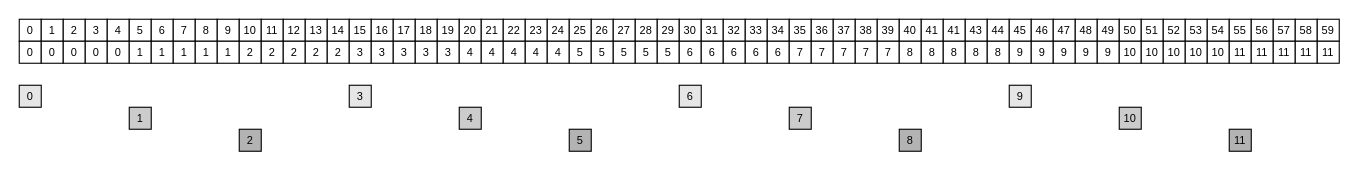
The draw.io diagram page "Page-2" (2 of 2) of drawio/LaserSync.drawio in pedromiguelcp/TimingCore, before the edit. Source tidied: cells renumbered, new cells numbered last; positions are measured from the earlier drawing's top-left corner, leaving out a move shared by most shapes. Both pictures are drawn from the tidied source at 110%, with x=0, y=0 at pixel (19, 19).
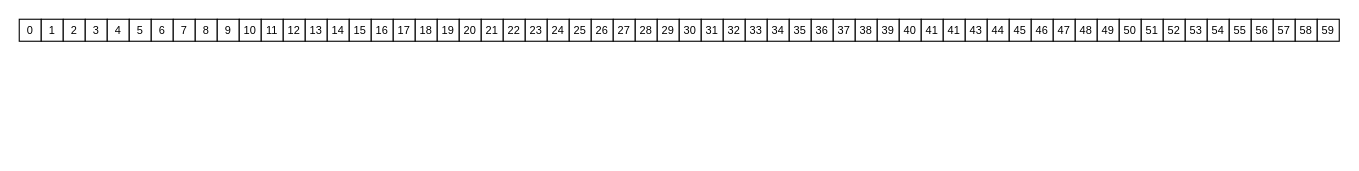
Above is the later version.

Diff of the diagram source:
```diff
@@
-    <mxCell id="62" value="0" style="rounded=0;whiteSpace=wrap;html=1;fontSize=10;" parent="1" vertex="1">
-      <mxGeometry y="20" width="20" height="20" as="geometry" />
-    </mxCell>
-    <mxCell id="63" value="0" style="rounded=0;whiteSpace=wrap;html=1;fontSize=10;" parent="1" vertex="1">
-      <mxGeometry x="20" y="20" width="20" height="20" as="geometry" />
-    </mxCell>
-    <mxCell id="64" value="0" style="rounded=0;whiteSpace=wrap;html=1;fontSize=10;" parent="1" vertex="1">
-      <mxGeometry x="40" y="20" width="20" height="20" as="geometry" />
-    </mxCell>
-    <mxCell id="65" value="0" style="rounded=0;whiteSpace=wrap;html=1;fontSize=10;" parent="1" vertex="1">
-      <mxGeometry x="60" y="20" width="20" height="20" as="geometry" />
-    </mxCell>
-    <mxCell id="66" value="0" style="rounded=0;whiteSpace=wrap;html=1;fontSize=10;" parent="1" vertex="1">
-      <mxGeometry x="80" y="20" width="20" height="20" as="geometry" />
-    </mxCell>
-    <mxCell id="67" value="1" style="rounded=0;whiteSpace=wrap;html=1;fontSize=10;" parent="1" vertex="1">
-      <mxGeometry x="100" y="20" width="20" height="20" as="geometry" />
-    </mxCell>
-    <mxCell id="68" value="1" style="rounded=0;whiteSpace=wrap;html=1;fontSize=10;" parent="1" vertex="1">
-      <mxGeometry x="120" y="20" width="20" height="20" as="geometry" />
-    </mxCell>
-    <mxCell id="69" value="1" style="rounded=0;whiteSpace=wrap;html=1;fontSize=10;" parent="1" vertex="1">
-      <mxGeometry x="140" y="20" width="20" height="20" as="geometry" />
-    </mxCell>
-    <mxCell id="70" value="1" style="rounded=0;whiteSpace=wrap;html=1;fontSize=10;" parent="1" vertex="1">
-      <mxGeometry x="160" y="20" width="20" height="20" as="geometry" />
-    </mxCell>
-    <mxCell id="71" value="1" style="rounded=0;whiteSpace=wrap;html=1;fontSize=10;" parent="1" vertex="1">
-      <mxGeometry x="180" y="20" width="20" height="20" as="geometry" />
-    </mxCell>
-    <mxCell id="72" value="2" style="rounded=0;whiteSpace=wrap;html=1;fontSize=10;" parent="1" vertex="1">
-      <mxGeometry x="200" y="20" width="20" height="20" as="geometry" />
-    </mxCell>
-    <mxCell id="73" value="2" style="rounded=0;whiteSpace=wrap;html=1;fontSize=10;" parent="1" vertex="1">
-      <mxGeometry x="220" y="20" width="20" height="20" as="geometry" />
-    </mxCell>
-    <mxCell id="74" value="2" style="rounded=0;whiteSpace=wrap;html=1;fontSize=10;" parent="1" vertex="1">
-      <mxGeometry x="240" y="20" width="20" height="20" as="geometry" />
-    </mxCell>
-    <mxCell id="75" value="2" style="rounded=0;whiteSpace=wrap;html=1;fontSize=10;" parent="1" vertex="1">
-      <mxGeometry x="260" y="20" width="20" height="20" as="geometry" />
-    </mxCell>
-    <mxCell id="76" value="2" style="rounded=0;whiteSpace=wrap;html=1;fontSize=10;" parent="1" vertex="1">
-      <mxGeometry x="280" y="20" width="20" height="20" as="geometry" />
-    </mxCell>
-    <mxCell id="77" value="3" style="rounded=0;whiteSpace=wrap;html=1;fontSize=10;" parent="1" vertex="1">
-      <mxGeometry x="300" y="20" width="20" height="20" as="geometry" />
-    </mxCell>
-    <mxCell id="78" value="3" style="rounded=0;whiteSpace=wrap;html=1;fontSize=10;" parent="1" vertex="1">
-      <mxGeometry x="320" y="20" width="20" height="20" as="geometry" />
-    </mxCell>
-    <mxCell id="79" value="3" style="rounded=0;whiteSpace=wrap;html=1;fontSize=10;" parent="1" vertex="1">
-      <mxGeometry x="340" y="20" width="20" height="20" as="geometry" />
-    </mxCell>
-    <mxCell id="80" value="3" style="rounded=0;whiteSpace=wrap;html=1;fontSize=10;" parent="1" vertex="1">
-      <mxGeometry x="360" y="20" width="20" height="20" as="geometry" />
-    </mxCell>
-    <mxCell id="81" value="3" style="rounded=0;whiteSpace=wrap;html=1;fontSize=10;" parent="1" vertex="1">
-      <mxGeometry x="380" y="20" width="20" height="20" as="geometry" />
-    </mxCell>
-    <mxCell id="82" value="4" style="rounded=0;whiteSpace=wrap;html=1;fontSize=10;" parent="1" vertex="1">
-      <mxGeometry x="400" y="20" width="20" height="20" as="geometry" />
-    </mxCell>
-    <mxCell id="83" value="4" style="rounded=0;whiteSpace=wrap;html=1;fontSize=10;" parent="1" vertex="1">
-      <mxGeometry x="420" y="20" width="20" height="20" as="geometry" />
-    </mxCell>
-    <mxCell id="84" value="4" style="rounded=0;whiteSpace=wrap;html=1;fontSize=10;" parent="1" vertex="1">
-      <mxGeometry x="440" y="20" width="20" height="20" as="geometry" />
-    </mxCell>
-    <mxCell id="85" value="4" style="rounded=0;whiteSpace=wrap;html=1;fontSize=10;" parent="1" vertex="1">
-      <mxGeometry x="460" y="20" width="20" height="20" as="geometry" />
-    </mxCell>
-    <mxCell id="86" value="4" style="rounded=0;whiteSpace=wrap;html=1;fontSize=10;" parent="1" vertex="1">
-      <mxGeometry x="480" y="20" width="20" height="20" as="geometry" />
-    </mxCell>
-    <mxCell id="87" value="5" style="rounded=0;whiteSpace=wrap;html=1;fontSize=10;" parent="1" vertex="1">
-      <mxGeometry x="500" y="20" width="20" height="20" as="geometry" />
-    </mxCell>
-    <mxCell id="88" value="5" style="rounded=0;whiteSpace=wrap;html=1;fontSize=10;" parent="1" vertex="1">
-      <mxGeometry x="520" y="20" width="20" height="20" as="geometry" />
-    </mxCell>
-    <mxCell id="89" value="5" style="rounded=0;whiteSpace=wrap;html=1;fontSize=10;" parent="1" vertex="1">
-      <mxGeometry x="540" y="20" width="20" height="20" as="geometry" />
-    </mxCell>
-    <mxCell id="90" value="5" style="rounded=0;whiteSpace=wrap;html=1;fontSize=10;" parent="1" vertex="1">
-      <mxGeometry x="560" y="20" width="20" height="20" as="geometry" />
-    </mxCell>
-    <mxCell id="91" value="5" style="rounded=0;whiteSpace=wrap;html=1;fontSize=10;" parent="1" vertex="1">
-      <mxGeometry x="580" y="20" width="20" height="20" as="geometry" />
-    </mxCell>
-    <mxCell id="92" value="6" style="rounded=0;whiteSpace=wrap;html=1;fontSize=10;" parent="1" vertex="1">
-      <mxGeometry x="600" y="20" width="20" height="20" as="geometry" />
-    </mxCell>
-    <mxCell id="93" value="6" style="rounded=0;whiteSpace=wrap;html=1;fontSize=10;" parent="1" vertex="1">
-      <mxGeometry x="620" y="20" width="20" height="20" as="geometry" />
-    </mxCell>
-    <mxCell id="94" value="6" style="rounded=0;whiteSpace=wrap;html=1;fontSize=10;" parent="1" vertex="1">
-      <mxGeometry x="640" y="20" width="20" height="20" as="geometry" />
-    </mxCell>
-    <mxCell id="95" value="6" style="rounded=0;whiteSpace=wrap;html=1;fontSize=10;" parent="1" vertex="1">
-      <mxGeometry x="660" y="20" width="20" height="20" as="geometry" />
-    </mxCell>
-    <mxCell id="96" value="6" style="rounded=0;whiteSpace=wrap;html=1;fontSize=10;" parent="1" vertex="1">
-      <mxGeometry x="680" y="20" width="20" height="20" as="geometry" />
-    </mxCell>
-    <mxCell id="97" value="7" style="rounded=0;whiteSpace=wrap;html=1;fontSize=10;" parent="1" vertex="1">
-      <mxGeometry x="700" y="20" width="20" height="20" as="geometry" />
-    </mxCell>
-    <mxCell id="98" value="7" style="rounded=0;whiteSpace=wrap;html=1;fontSize=10;" parent="1" vertex="1">
-      <mxGeometry x="720" y="20" width="20" height="20" as="geometry" />
-    </mxCell>
-    <mxCell id="99" value="7" style="rounded=0;whiteSpace=wrap;html=1;fontSize=10;" parent="1" vertex="1">
-      <mxGeometry x="740" y="20" width="20" height="20" as="geometry" />
-    </mxCell>
-    <mxCell id="100" value="7" style="rounded=0;whiteSpace=wrap;html=1;fontSize=10;" parent="1" vertex="1">
-      <mxGeometry x="760" y="20" width="20" height="20" as="geometry" />
-    </mxCell>
-    <mxCell id="101" value="7" style="rounded=0;whiteSpace=wrap;html=1;fontSize=10;" parent="1" vertex="1">
-      <mxGeometry x="780" y="20" width="20" height="20" as="geometry" />
-    </mxCell>
-    <mxCell id="102" value="8" style="rounded=0;whiteSpace=wrap;html=1;fontSize=10;" parent="1" vertex="1">
-      <mxGeometry x="800" y="20" width="20" height="20" as="geometry" />
-    </mxCell>
-    <mxCell id="103" value="8" style="rounded=0;whiteSpace=wrap;html=1;fontSize=10;" parent="1" vertex="1">
-      <mxGeometry x="820" y="20" width="20" height="20" as="geometry" />
-    </mxCell>
-    <mxCell id="104" value="8" style="rounded=0;whiteSpace=wrap;html=1;fontSize=10;" parent="1" vertex="1">
-      <mxGeometry x="840" y="20" width="20" height="20" as="geometry" />
-    </mxCell>
-    <mxCell id="105" value="8" style="rounded=0;whiteSpace=wrap;html=1;fontSize=10;" parent="1" vertex="1">
-      <mxGeometry x="860" y="20" width="20" height="20" as="geometry" />
-    </mxCell>
-    <mxCell id="106" value="8" style="rounded=0;whiteSpace=wrap;html=1;fontSize=10;" parent="1" vertex="1">
-      <mxGeometry x="880" y="20" width="20" height="20" as="geometry" />
-    </mxCell>
-    <mxCell id="107" value="9" style="rounded=0;whiteSpace=wrap;html=1;fontSize=10;" parent="1" vertex="1">
-      <mxGeometry x="900" y="20" width="20" height="20" as="geometry" />
-    </mxCell>
-    <mxCell id="108" value="9" style="rounded=0;whiteSpace=wrap;html=1;fontSize=10;" parent="1" vertex="1">
-      <mxGeometry x="920" y="20" width="20" height="20" as="geometry" />
-    </mxCell>
-    <mxCell id="109" value="9" style="rounded=0;whiteSpace=wrap;html=1;fontSize=10;" parent="1" vertex="1">
-      <mxGeometry x="940" y="20" width="20" height="20" as="geometry" />
-    </mxCell>
-    <mxCell id="110" value="9" style="rounded=0;whiteSpace=wrap;html=1;fontSize=10;" parent="1" vertex="1">
-      <mxGeometry x="960" y="20" width="20" height="20" as="geometry" />
-    </mxCell>
-    <mxCell id="111" value="9" style="rounded=0;whiteSpace=wrap;html=1;fontSize=10;" parent="1" vertex="1">
-      <mxGeometry x="980" y="20" width="20" height="20" as="geometry" />
-    </mxCell>
-    <mxCell id="112" value="10" style="rounded=0;whiteSpace=wrap;html=1;fontSize=10;" parent="1" vertex="1">
-      <mxGeometry x="1000" y="20" width="20" height="20" as="geometry" />
-    </mxCell>
-    <mxCell id="113" value="10" style="rounded=0;whiteSpace=wrap;html=1;fontSize=10;" parent="1" vertex="1">
-      <mxGeometry x="1020" y="20" width="20" height="20" as="geometry" />
-    </mxCell>
-    <mxCell id="114" value="10" style="rounded=0;whiteSpace=wrap;html=1;fontSize=10;" parent="1" vertex="1">
-      <mxGeometry x="1040" y="20" width="20" height="20" as="geometry" />
-    </mxCell>
-    <mxCell id="115" value="10" style="rounded=0;whiteSpace=wrap;html=1;fontSize=10;" parent="1" vertex="1">
-      <mxGeometry x="1060" y="20" width="20" height="20" as="geometry" />
-    </mxCell>
-    <mxCell id="116" value="10" style="rounded=0;whiteSpace=wrap;html=1;fontSize=10;" parent="1" vertex="1">
-      <mxGeometry x="1080" y="20" width="20" height="20" as="geometry" />
-    </mxCell>
-    <mxCell id="117" value="11" style="rounded=0;whiteSpace=wrap;html=1;fontSize=10;" parent="1" vertex="1">
-      <mxGeometry x="1100" y="20" width="20" height="20" as="geometry" />
-    </mxCell>
-    <mxCell id="118" value="11" style="rounded=0;whiteSpace=wrap;html=1;fontSize=10;" parent="1" vertex="1">
-      <mxGeometry x="1120" y="20" width="20" height="20" as="geometry" />
-    </mxCell>
-    <mxCell id="119" value="11" style="rounded=0;whiteSpace=wrap;html=1;fontSize=10;" parent="1" vertex="1">
-      <mxGeometry x="1140" y="20" width="20" height="20" as="geometry" />
-    </mxCell>
-    <mxCell id="120" value="11" style="rounded=0;whiteSpace=wrap;html=1;fontSize=10;" parent="1" vertex="1">
-      <mxGeometry x="1160" y="20" width="20" height="20" as="geometry" />
-    </mxCell>
-    <mxCell id="121" value="11" style="rounded=0;whiteSpace=wrap;html=1;fontSize=10;" parent="1" vertex="1">
-      <mxGeometry x="1180" y="20" width="20" height="20" as="geometry" />
-    </mxCell>
-    <mxCell id="122" value="0" style="rounded=0;whiteSpace=wrap;html=1;fontSize=10;fillColor=#E6E6E6;" parent="1" vertex="1">
-      <mxGeometry y="60" width="20" height="20" as="geometry" />
-    </mxCell>
-    <mxCell id="123" value="3" style="rounded=0;whiteSpace=wrap;html=1;fontSize=10;fillColor=#E6E6E6;" parent="1" vertex="1">
-      <mxGeometry x="300" y="60" width="20" height="20" as="geometry" />
-    </mxCell>
-    <mxCell id="124" value="6" style="rounded=0;whiteSpace=wrap;html=1;fontSize=10;fillColor=#E6E6E6;" parent="1" vertex="1">
-      <mxGeometry x="600" y="60" width="20" height="20" as="geometry" />
-    </mxCell>
-    <mxCell id="125" value="9" style="rounded=0;whiteSpace=wrap;html=1;fontSize=10;fillColor=#E6E6E6;" parent="1" vertex="1">
-      <mxGeometry x="900" y="60" width="20" height="20" as="geometry" />
-    </mxCell>
-    <mxCell id="126" value="1" style="rounded=0;whiteSpace=wrap;html=1;fontSize=10;fillColor=#CCCCCC;" parent="1" vertex="1">
-      <mxGeometry x="100" y="80" width="20" height="20" as="geometry" />
-    </mxCell>
-    <mxCell id="127" value="4" style="rounded=0;whiteSpace=wrap;html=1;fontSize=10;fillColor=#CCCCCC;" parent="1" vertex="1">
-      <mxGeometry x="400" y="80" width="20" height="20" as="geometry" />
-    </mxCell>
-    <mxCell id="128" value="7" style="rounded=0;whiteSpace=wrap;html=1;fontSize=10;fillColor=#CCCCCC;" parent="1" vertex="1">
-      <mxGeometry x="700" y="80" width="20" height="20" as="geometry" />
-    </mxCell>
-    <mxCell id="129" value="10" style="rounded=0;whiteSpace=wrap;html=1;fontSize=10;fillColor=#CCCCCC;" parent="1" vertex="1">
-      <mxGeometry x="1000" y="80" width="20" height="20" as="geometry" />
-    </mxCell>
-    <mxCell id="130" value="2" style="rounded=0;whiteSpace=wrap;html=1;fontSize=10;fillColor=#B3B3B3;" parent="1" vertex="1">
-      <mxGeometry x="200" y="100" width="20" height="20" as="geometry" />
-    </mxCell>
-    <mxCell id="131" value="5" style="rounded=0;whiteSpace=wrap;html=1;fontSize=10;fillColor=#B3B3B3;" parent="1" vertex="1">
-      <mxGeometry x="500" y="100" width="20" height="20" as="geometry" />
-    </mxCell>
-    <mxCell id="132" value="8" style="rounded=0;whiteSpace=wrap;html=1;fontSize=10;fillColor=#B3B3B3;" parent="1" vertex="1">
-      <mxGeometry x="800" y="100" width="20" height="20" as="geometry" />
-    </mxCell>
-    <mxCell id="133" value="11" style="rounded=0;whiteSpace=wrap;html=1;fontSize=10;fillColor=#B3B3B3;" parent="1" vertex="1">
-      <mxGeometry x="1100" y="100" width="20" height="20" as="geometry" />
-    </mxCell>
```
